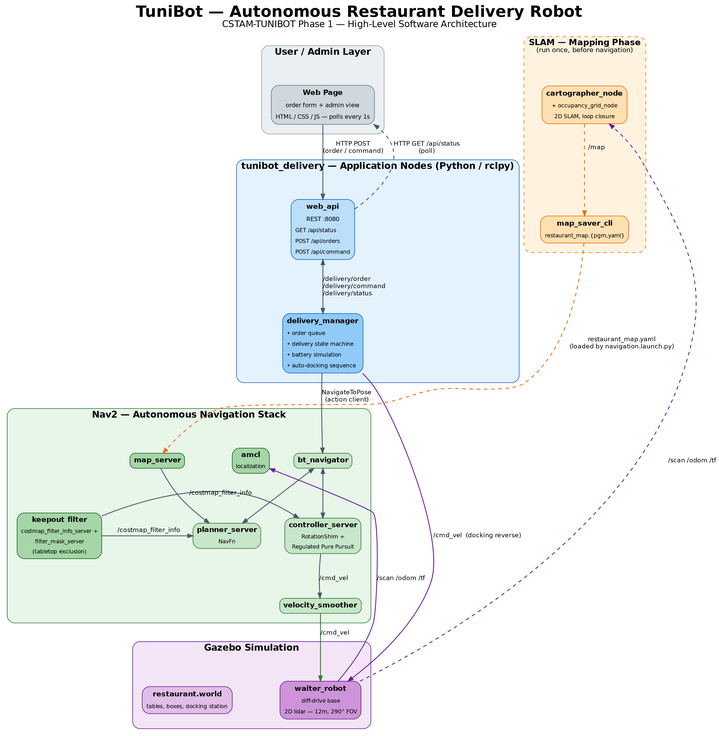
This is src/tunibot_delivery/docs/architecture.png from ghassenbani10-eng/Iot-Hunters, a Graphviz export, as it was before one commit. Its source is kept beside it as src/tunibot_delivery/docs/architecture.dot.
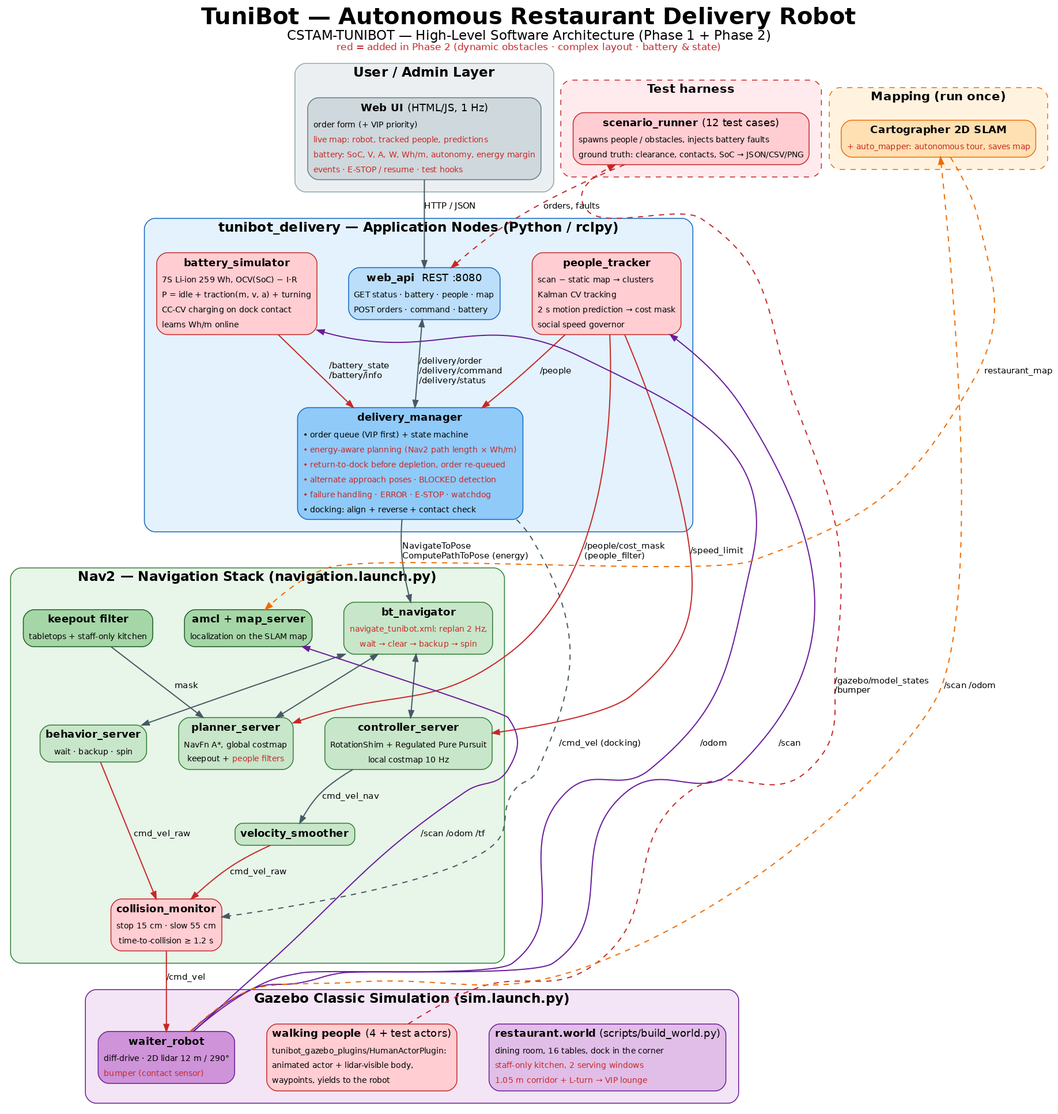
Later version of the same file.

Change to the diagram source:
```diff
@@ -2,113 +2,146 @@
   rankdir=TB;
   fontname="Helvetica";
   labelloc="t";
-  label=<<FONT POINT-SIZE="26"><B>TuniBot — Autonomous Restaurant Delivery Robot</B></FONT><BR/><FONT POINT-SIZE="15">CSTAM-TUNIBOT Phase 1 — High-Level Software Architecture</FONT>>;
+  label=<<FONT POINT-SIZE="26"><B>TuniBot — Autonomous Restaurant Delivery Robot</B></FONT><BR/><FONT POINT-SIZE="15">CSTAM-TUNIBOT — High-Level Software Architecture (Phase 1 + Phase 2)</FONT><BR/><FONT POINT-SIZE="11" COLOR="#c62828">red = added in Phase 2 (dynamic obstacles · complex layout · battery &amp; state)</FONT>>;
   bgcolor="white";
-  nodesep=0.55;
-  ranksep=0.75;
+  nodesep=0.5;
+  ranksep=0.7;
   node [fontname="Helvetica", fontsize=12, shape=plain];
-  edge [fontname="Helvetica", fontsize=10.5, color="#455a64", penwidth=1.4, arrowsize=0.85];
+  edge [fontname="Helvetica", fontsize=10, color="#455a64", penwidth=1.3, arrowsize=0.8];
 
   subgraph cluster_ui {
     label=<<B>User / Admin Layer</B>>;
-    fontsize=15; style="rounded,filled"; color="#90a4ae"; fillcolor="#eceff1"; margin=16;
+    fontsize=15; style="rounded,filled"; color="#90a4ae"; fillcolor="#eceff1"; margin=14;
     WEB [label=<
-      <TABLE BORDER="1" CELLBORDER="0" CELLSPACING="4" BGCOLOR="#cfd8dc" COLOR="#607d8b" STYLE="ROUNDED">
-        <TR><TD><B>Web Page</B></TD></TR>
-        <TR><TD><FONT POINT-SIZE="10">order form + admin view</FONT></TD></TR>
-        <TR><TD><FONT POINT-SIZE="10">HTML / CSS / JS — polls every 1s</FONT></TD></TR>
+      <TABLE BORDER="1" CELLBORDER="0" CELLSPACING="3" BGCOLOR="#cfd8dc" COLOR="#607d8b" STYLE="ROUNDED">
+        <TR><TD><B>Web UI</B> (HTML/JS, 1 Hz)</TD></TR>
+        <TR><TD ALIGN="LEFT"><FONT POINT-SIZE="9">order form (+ VIP priority)</FONT></TD></TR>
+        <TR><TD ALIGN="LEFT"><FONT POINT-SIZE="9" COLOR="#c62828">live map: robot, tracked people, predictions</FONT></TD></TR>
+        <TR><TD ALIGN="LEFT"><FONT POINT-SIZE="9" COLOR="#c62828">battery: SoC, V, A, W, Wh/m, autonomy, energy margin</FONT></TD></TR>
+        <TR><TD ALIGN="LEFT"><FONT POINT-SIZE="9" COLOR="#c62828">events · E-STOP / resume · test hooks</FONT></TD></TR>
       </TABLE>>];
   }
 
   subgraph cluster_app {
     label=<<B>tunibot_delivery — Application Nodes (Python / rclpy)</B>>;
-    fontsize=15; style="rounded,filled"; color="#1565c0"; fillcolor="#e3f2fd"; margin=16;
+    fontsize=15; style="rounded,filled"; color="#1565c0"; fillcolor="#e3f2fd"; margin=14;
     API [label=<
-      <TABLE BORDER="1" CELLBORDER="0" CELLSPACING="4" BGCOLOR="#bbdefb" COLOR="#1565c0" STYLE="ROUNDED">
-        <TR><TD><B>web_api</B></TD></TR>
-        <TR><TD><FONT POINT-SIZE="10">REST :8080</FONT></TD></TR>
-        <TR><TD ALIGN="LEFT"><FONT POINT-SIZE="9">GET /api/status</FONT></TD></TR>
-        <TR><TD ALIGN="LEFT"><FONT POINT-SIZE="9">POST /api/orders</FONT></TD></TR>
-        <TR><TD ALIGN="LEFT"><FONT POINT-SIZE="9">POST /api/command</FONT></TD></TR>
+      <TABLE BORDER="1" CELLBORDER="0" CELLSPACING="3" BGCOLOR="#bbdefb" COLOR="#1565c0" STYLE="ROUNDED">
+        <TR><TD><B>web_api</B>  REST :8080</TD></TR>
+        <TR><TD ALIGN="LEFT"><FONT POINT-SIZE="9">GET status · battery · people · map</FONT></TD></TR>
+        <TR><TD ALIGN="LEFT"><FONT POINT-SIZE="9">POST orders · command · battery</FONT></TD></TR>
       </TABLE>>];
     DM [label=<
-      <TABLE BORDER="1" CELLBORDER="0" CELLSPACING="4" BGCOLOR="#90caf9" COLOR="#1565c0" STYLE="ROUNDED">
+      <TABLE BORDER="1" CELLBORDER="0" CELLSPACING="3" BGCOLOR="#90caf9" COLOR="#1565c0" STYLE="ROUNDED">
         <TR><TD><B>delivery_manager</B></TD></TR>
-        <TR><TD ALIGN="LEFT"><FONT POINT-SIZE="9">• order queue</FONT></TD></TR>
-        <TR><TD ALIGN="LEFT"><FONT POINT-SIZE="9">• delivery state machine</FONT></TD></TR>
-        <TR><TD ALIGN="LEFT"><FONT POINT-SIZE="9">• battery simulation</FONT></TD></TR>
-        <TR><TD ALIGN="LEFT"><FONT POINT-SIZE="9">• auto-docking sequence</FONT></TD></TR>
+        <TR><TD ALIGN="LEFT"><FONT POINT-SIZE="9">• order queue (VIP first) + state machine</FONT></TD></TR>
+        <TR><TD ALIGN="LEFT"><FONT POINT-SIZE="9" COLOR="#c62828">• energy-aware planning (Nav2 path length × Wh/m)</FONT></TD></TR>
+        <TR><TD ALIGN="LEFT"><FONT POINT-SIZE="9" COLOR="#c62828">• return-to-dock before depletion, order re-queued</FONT></TD></TR>
+        <TR><TD ALIGN="LEFT"><FONT POINT-SIZE="9" COLOR="#c62828">• alternate approach poses · BLOCKED detection</FONT></TD></TR>
+        <TR><TD ALIGN="LEFT"><FONT POINT-SIZE="9" COLOR="#c62828">• failure handling · ERROR · E-STOP · watchdog</FONT></TD></TR>
+        <TR><TD ALIGN="LEFT"><FONT POINT-SIZE="9">• docking: align + reverse + contact check</FONT></TD></TR>
+      </TABLE>>];
+    BATT [label=<
+      <TABLE BORDER="1" CELLBORDER="0" CELLSPACING="3" BGCOLOR="#ffcdd2" COLOR="#c62828" STYLE="ROUNDED">
+        <TR><TD><B>battery_simulator</B></TD></TR>
+        <TR><TD ALIGN="LEFT"><FONT POINT-SIZE="9">7S Li-ion 259 Wh, OCV(SoC) − I·R</FONT></TD></TR>
+        <TR><TD ALIGN="LEFT"><FONT POINT-SIZE="9">P = idle + traction(m, v, a) + turning</FONT></TD></TR>
+        <TR><TD ALIGN="LEFT"><FONT POINT-SIZE="9">CC-CV charging on dock contact</FONT></TD></TR>
+        <TR><TD ALIGN="LEFT"><FONT POINT-SIZE="9">learns Wh/m online</FONT></TD></TR>
+      </TABLE>>];
+    PT [label=<
+      <TABLE BORDER="1" CELLBORDER="0" CELLSPACING="3" BGCOLOR="#ffcdd2" COLOR="#c62828" STYLE="ROUNDED">
+        <TR><TD><B>people_tracker</B></TD></TR>
+        <TR><TD ALIGN="LEFT"><FONT POINT-SIZE="9">scan − static map → clusters</FONT></TD></TR>
+        <TR><TD ALIGN="LEFT"><FONT POINT-SIZE="9">Kalman CV tracking</FONT></TD></TR>
+        <TR><TD ALIGN="LEFT"><FONT POINT-SIZE="9">2 s motion prediction → cost mask</FONT></TD></TR>
+        <TR><TD ALIGN="LEFT"><FONT POINT-SIZE="9">social speed governor</FONT></TD></TR>
       </TABLE>>];
     API -> DM [dir=both, label="/delivery/order\l/delivery/command\l/delivery/status\l"];
+    BATT -> DM [label="/battery_state\l/battery/info\l", color="#c62828"];
+    PT -> DM [label="/people", color="#c62828"];
   }
 
   subgraph cluster_nav2 {
-    label=<<B>Nav2 — Autonomous Navigation Stack</B>>;
-    fontsize=15; style="rounded,filled"; color="#2e7d32"; fillcolor="#e8f5e9"; margin=16;
-    BT [label=<<TABLE BORDER="1" CELLBORDER="0" CELLSPACING="3" BGCOLOR="#c8e6c9" COLOR="#2e7d32" STYLE="ROUNDED"><TR><TD><B>bt_navigator</B></TD></TR></TABLE>>];
-    PLAN [label=<<TABLE BORDER="1" CELLBORDER="0" CELLSPACING="3" BGCOLOR="#c8e6c9" COLOR="#2e7d32" STYLE="ROUNDED"><TR><TD><B>planner_server</B></TD></TR><TR><TD><FONT POINT-SIZE="9">NavFn</FONT></TD></TR></TABLE>>];
-    CTRL [label=<<TABLE BORDER="1" CELLBORDER="0" CELLSPACING="3" BGCOLOR="#c8e6c9" COLOR="#2e7d32" STYLE="ROUNDED"><TR><TD><B>controller_server</B></TD></TR><TR><TD><FONT POINT-SIZE="9">RotationShim +</FONT></TD></TR><TR><TD><FONT POINT-SIZE="9">Regulated Pure Pursuit</FONT></TD></TR></TABLE>>];
+    label=<<B>Nav2 — Navigation Stack (navigation.launch.py)</B>>;
+    fontsize=15; style="rounded,filled"; color="#2e7d32"; fillcolor="#e8f5e9"; margin=14;
+    BT [label=<<TABLE BORDER="1" CELLBORDER="0" CELLSPACING="3" BGCOLOR="#c8e6c9" COLOR="#2e7d32" STYLE="ROUNDED"><TR><TD><B>bt_navigator</B></TD></TR><TR><TD><FONT POINT-SIZE="9" COLOR="#c62828">navigate_tunibot.xml: replan 2 Hz,</FONT></TD></TR><TR><TD><FONT POINT-SIZE="9" COLOR="#c62828">wait → clear → backup → spin</FONT></TD></TR></TABLE>>];
+    PLAN [label=<<TABLE BORDER="1" CELLBORDER="0" CELLSPACING="3" BGCOLOR="#c8e6c9" COLOR="#2e7d32" STYLE="ROUNDED"><TR><TD><B>planner_server</B></TD></TR><TR><TD><FONT POINT-SIZE="9">NavFn A*, global costmap</FONT></TD></TR><TR><TD><FONT POINT-SIZE="9">keepout + <FONT COLOR="#c62828">people filters</FONT></FONT></TD></TR></TABLE>>];
+    CTRL [label=<<TABLE BORDER="1" CELLBORDER="0" CELLSPACING="3" BGCOLOR="#c8e6c9" COLOR="#2e7d32" STYLE="ROUNDED"><TR><TD><B>controller_server</B></TD></TR><TR><TD><FONT POINT-SIZE="9">RotationShim + Regulated Pure Pursuit</FONT></TD></TR><TR><TD><FONT POINT-SIZE="9">local costmap 10 Hz</FONT></TD></TR></TABLE>>];
+    BEH [label=<<TABLE BORDER="1" CELLBORDER="0" CELLSPACING="3" BGCOLOR="#c8e6c9" COLOR="#2e7d32" STYLE="ROUNDED"><TR><TD><B>behavior_server</B></TD></TR><TR><TD><FONT POINT-SIZE="9">wait · backup · spin</FONT></TD></TR></TABLE>>];
     SMOOTH [label=<<TABLE BORDER="1" CELLBORDER="0" CELLSPACING="3" BGCOLOR="#c8e6c9" COLOR="#2e7d32" STYLE="ROUNDED"><TR><TD><B>velocity_smoother</B></TD></TR></TABLE>>];
-    AMCL [label=<<TABLE BORDER="1" CELLBORDER="0" CELLSPACING="3" BGCOLOR="#a5d6a7" COLOR="#1b5e20" STYLE="ROUNDED"><TR><TD><B>amcl</B></TD></TR><TR><TD><FONT POINT-SIZE="9">localization</FONT></TD></TR></TABLE>>];
-    MAPSRV [label=<<TABLE BORDER="1" CELLBORDER="0" CELLSPACING="3" BGCOLOR="#a5d6a7" COLOR="#1b5e20" STYLE="ROUNDED"><TR><TD><B>map_server</B></TD></TR></TABLE>>];
-    KEEP [label=<<TABLE BORDER="1" CELLBORDER="0" CELLSPACING="3" BGCOLOR="#a5d6a7" COLOR="#1b5e20" STYLE="ROUNDED"><TR><TD><B>keepout filter</B></TD></TR><TR><TD><FONT POINT-SIZE="9">costmap_filter_info_server +</FONT></TD></TR><TR><TD><FONT POINT-SIZE="9">filter_mask_server</FONT></TD></TR><TR><TD><FONT POINT-SIZE="9">(tabletop exclusion)</FONT></TD></TR></TABLE>>];
+    CM [label=<<TABLE BORDER="1" CELLBORDER="0" CELLSPACING="3" BGCOLOR="#ffcdd2" COLOR="#c62828" STYLE="ROUNDED"><TR><TD><B>collision_monitor</B></TD></TR><TR><TD><FONT POINT-SIZE="9">bumper stop 7 cm · slow 50 cm</FONT></TD></TR><TR><TD><FONT POINT-SIZE="9">time-to-collision ≥ 1.2 s</FONT></TD></TR></TABLE>>];
+    AMCL [label=<<TABLE BORDER="1" CELLBORDER="0" CELLSPACING="3" BGCOLOR="#a5d6a7" COLOR="#1b5e20" STYLE="ROUNDED"><TR><TD><B>amcl</B> + <B>map_server</B></TD></TR><TR><TD><FONT POINT-SIZE="9">localization on the SLAM map</FONT></TD></TR></TABLE>>];
+    KEEP [label=<<TABLE BORDER="1" CELLBORDER="0" CELLSPACING="3" BGCOLOR="#a5d6a7" COLOR="#1b5e20" STYLE="ROUNDED"><TR><TD><B>keepout filter</B></TD></TR><TR><TD><FONT POINT-SIZE="9">tabletops + staff-only kitchen</FONT></TD></TR></TABLE>>];
 
-    { rank=same; MAPSRV; AMCL; BT; }
-    { rank=same; KEEP; PLAN; CTRL; }
-    MAPSRV -> AMCL [dir=both, style=invis];
+    { rank=same; AMCL; BT; KEEP; }
+    { rank=same; PLAN; CTRL; BEH; }
     BT -> PLAN [dir=both];
     BT -> CTRL [dir=both];
-    MAPSRV -> PLAN;
-    KEEP -> PLAN [label="  /costmap_filter_info"];
-    KEEP -> CTRL [label="  /costmap_filter_info"];
-    CTRL -> SMOOTH [label="/cmd_vel"];
+    BT -> BEH [dir=both];
+    KEEP -> PLAN [label=" mask"];
+    CTRL -> SMOOTH [label="cmd_vel_nav"];
+    SMOOTH -> CM [label="cmd_vel_raw", color="#c62828"];
+    BEH -> CM [label="cmd_vel_raw", color="#c62828"];
   }
 
   subgraph cluster_sim {
-    label=<<B>Gazebo Simulation</B>>;
-    fontsize=15; style="rounded,filled"; color="#6a1b9a"; fillcolor="#f3e5f5"; margin=16;
+    label=<<B>Gazebo Classic Simulation (sim.launch.py)</B>>;
+    fontsize=15; style="rounded,filled"; color="#6a1b9a"; fillcolor="#f3e5f5"; margin=14;
     WORLD [label=<
-      <TABLE BORDER="1" CELLBORDER="0" CELLSPACING="4" BGCOLOR="#e1bee7" COLOR="#6a1b9a" STYLE="ROUNDED">
-        <TR><TD><B>restaurant.world</B></TD></TR>
-        <TR><TD><FONT POINT-SIZE="9">tables, boxes, docking station</FONT></TD></TR>
+      <TABLE BORDER="1" CELLBORDER="0" CELLSPACING="3" BGCOLOR="#e1bee7" COLOR="#6a1b9a" STYLE="ROUNDED">
+        <TR><TD><B>restaurant.world</B> (scripts/build_world.py)</TD></TR>
+        <TR><TD ALIGN="LEFT"><FONT POINT-SIZE="9">dining room, 16 tables, dock in the corner</FONT></TD></TR>
+        <TR><TD ALIGN="LEFT"><FONT POINT-SIZE="9" COLOR="#c62828">staff-only kitchen, 2 serving windows</FONT></TD></TR>
+        <TR><TD ALIGN="LEFT"><FONT POINT-SIZE="9" COLOR="#c62828">1.05 m corridor + L-turn → VIP lounge</FONT></TD></TR>
+      </TABLE>>];
+    HUM [label=<
+      <TABLE BORDER="1" CELLBORDER="0" CELLSPACING="3" BGCOLOR="#ffcdd2" COLOR="#c62828" STYLE="ROUNDED">
+        <TR><TD><B>walking people</B> (4 + test actors)</TD></TR>
+        <TR><TD ALIGN="LEFT"><FONT POINT-SIZE="9">tunibot_gazebo_plugins/HumanActorPlugin:</FONT></TD></TR>
+        <TR><TD ALIGN="LEFT"><FONT POINT-SIZE="9">animated actor + lidar-visible body,</FONT></TD></TR>
+        <TR><TD ALIGN="LEFT"><FONT POINT-SIZE="9">waypoints, yields to the robot</FONT></TD></TR>
       </TABLE>>];
     ROBOT [label=<
-      <TABLE BORDER="1" CELLBORDER="0" CELLSPACING="4" BGCOLOR="#ce93d8" COLOR="#6a1b9a" STYLE="ROUNDED">
+      <TABLE BORDER="1" CELLBORDER="0" CELLSPACING="3" BGCOLOR="#ce93d8" COLOR="#6a1b9a" STYLE="ROUNDED">
         <TR><TD><B>waiter_robot</B></TD></TR>
-        <TR><TD><FONT POINT-SIZE="9">diff-drive base</FONT></TD></TR>
-        <TR><TD><FONT POINT-SIZE="9">2D lidar — 12m, 290° FOV</FONT></TD></TR>
+        <TR><TD ALIGN="LEFT"><FONT POINT-SIZE="9">diff-drive · 2D lidar 12 m / 290°</FONT></TD></TR>
+        <TR><TD ALIGN="LEFT"><FONT POINT-SIZE="9" COLOR="#c62828">bumper (contact sensor)</FONT></TD></TR>
       </TABLE>>];
-    { rank=same; WORLD; ROBOT; }
-    WORLD -> ROBOT [style=invis];
+    { rank=same; WORLD; HUM; ROBOT; }
   }
 
   subgraph cluster_slam {
-    label=<<B>SLAM — Mapping Phase</B><BR/><FONT POINT-SIZE="11">(run once, before navigation)</FONT>>;
-    fontsize=14; style="rounded,filled,dashed"; color="#ef6c00"; fillcolor="#fff3e0"; margin=16;
+    label=<<B>Mapping (run once)</B>>;
+    fontsize=14; style="rounded,filled,dashed"; color="#ef6c00"; fillcolor="#fff3e0"; margin=14;
     CARTO [label=<
-      <TABLE BORDER="1" CELLBORDER="0" CELLSPACING="4" BGCOLOR="#ffe0b2" COLOR="#ef6c00" STYLE="ROUNDED">
-        <TR><TD><B>cartographer_node</B></TD></TR>
-        <TR><TD><FONT POINT-SIZE="9">+ occupancy_grid_node</FONT></TD></TR>
-        <TR><TD><FONT POINT-SIZE="9">2D SLAM, loop closure</FONT></TD></TR>
+      <TABLE BORDER="1" CELLBORDER="0" CELLSPACING="3" BGCOLOR="#ffe0b2" COLOR="#ef6c00" STYLE="ROUNDED">
+        <TR><TD><B>Cartographer 2D SLAM</B></TD></TR>
+        <TR><TD><FONT POINT-SIZE="9" COLOR="#c62828">+ auto_mapper: autonomous tour, saves map</FONT></TD></TR>
       </TABLE>>];
-    SAVER [label=<
-      <TABLE BORDER="1" CELLBORDER="0" CELLSPACING="4" BGCOLOR="#ffe0b2" COLOR="#ef6c00" STYLE="ROUNDED">
-        <TR><TD><B>map_saver_cli</B></TD></TR>
-        <TR><TD><FONT POINT-SIZE="9">restaurant_map.{pgm,yaml}</FONT></TD></TR>
+  }
+  subgraph cluster_test {
+    label=<<B>Test harness</B>>;
+    fontsize=14; style="rounded,filled,dashed"; color="#c62828"; fillcolor="#ffebee"; margin=14;
+    TEST [label=<
+      <TABLE BORDER="1" CELLBORDER="0" CELLSPACING="3" BGCOLOR="#ffcdd2" COLOR="#c62828" STYLE="ROUNDED">
+        <TR><TD><B>scenario_runner</B> (12 test cases)</TD></TR>
+        <TR><TD ALIGN="LEFT"><FONT POINT-SIZE="9">spawns people / obstacles, injects battery faults</FONT></TD></TR>
+        <TR><TD ALIGN="LEFT"><FONT POINT-SIZE="9">ground truth: clearance, contacts, SoC → JSON/CSV/PNG</FONT></TD></TR>
       </TABLE>>];
-    CARTO -> SAVER [label="  /map", style=dashed, color="#ef6c00"];
   }
 
-
-  WEB -> API [label="HTTP POST\n(order / command)"];
-  API -> WEB [label="HTTP GET /api/status\n(poll)", style=dashed, constraint=false];
-
-  DM -> BT [label="NavigateToPose\n(action client)"];
-  DM -> ROBOT [label="/cmd_vel  (docking reverse)", color="#6a1b9a", constraint=false];
-
-  SMOOTH -> ROBOT [label="/cmd_vel", color="#2e7d32"];
+  WEB -> API [label="HTTP / JSON"];
+  DM -> BT [label="NavigateToPose\lComputePathToPose (energy)\l"];
+  DM -> CM [label="/cmd_vel (docking)", style=dashed, constraint=false];
+  PT -> PLAN [label="/people/cost_mask\l(people_filter)\l", color="#c62828"];
+  PT -> CTRL [label="/speed_limit", color="#c62828"];
+  CM -> ROBOT [label="/cmd_vel", color="#c62828"];
   ROBOT -> AMCL [label="/scan /odom /tf", color="#6a1b9a", constraint=false];
-
-  ROBOT -> CARTO [label="/scan /odom /tf", color="#6a1b9a", style=dashed, constraint=false];
-  SAVER -> MAPSRV [label="restaurant_map.yaml\n(loaded by navigation.launch.py)", style=dashed, color="#ef6c00", constraint=false];
+  ROBOT -> PT [label="/scan", color="#6a1b9a", constraint=false];
+  ROBOT -> BATT [label="/odom", color="#6a1b9a", constraint=false];
+  ROBOT -> CARTO [label="/scan /odom", style=dashed, color="#ef6c00", constraint=false];
+  CARTO -> AMCL [label="restaurant_map", style=dashed, color="#ef6c00", constraint=false];
+  TEST -> API [style=dashed, color="#c62828", label="orders, faults", constraint=false];
+  HUM -> TEST [style=dashed, color="#c62828", label="/gazebo/model_states\l/bumper\l", constraint=false];
 }
```
